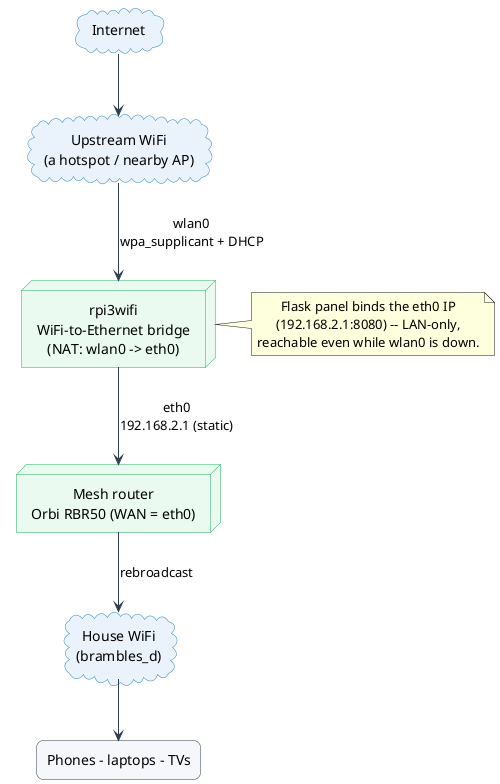
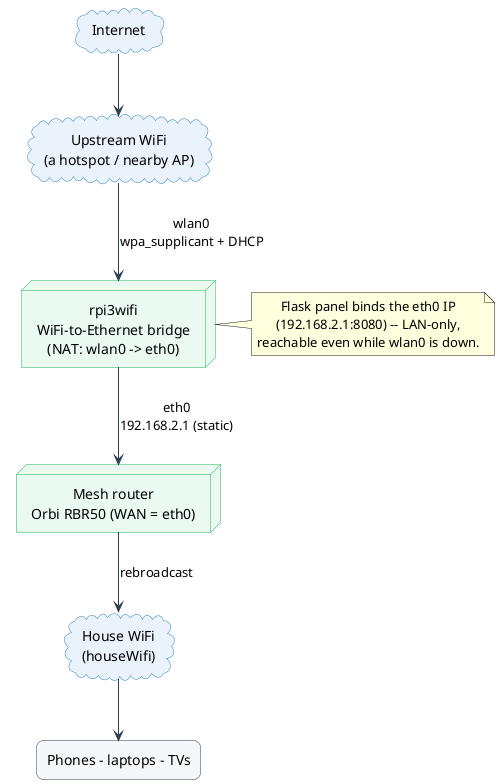
@startuml
' Source of truth for the README topology diagram.
' Render: curl -sS -X POST -H "Content-Type: text/plain" \
'   --data-binary @bridge-topology.puml https://kroki.io/plantuml/png -o bridge-topology.png
skinparam backgroundColor transparent
skinparam shadowing false
skinparam defaultTextAlignment center
skinparam ArrowColor #2c3e50
skinparam rectangle {
  RoundCorner 14
  BorderColor #2c3e50
  BackgroundColor #f5f7fa
}
skinparam cloud {
  BorderColor #2980b9
  BackgroundColor #eaf2fb
}
skinparam node {
  BorderColor #27ae60
  BackgroundColor #eafaf1
}

cloud "Internet" as inet
cloud "Upstream WiFi\n(a hotspot / nearby AP)" as up
node "rpi3wifi\nWiFi-to-Ethernet bridge\n(NAT: wlan0 -> eth0)" as pi
node "Mesh router\nOrbi RBR50 (WAN = eth0)" as orbi
- cloud "House WiFi\n(brambles_d)" as house
+ cloud "House WiFi\n(houseWifi)" as house
rectangle "Phones - laptops - TVs" as devices

inet --> up
up --> pi : wlan0\nwpa_supplicant + DHCP
pi --> orbi : eth0\n192.168.2.1 (static)
orbi --> house : rebroadcast
house --> devices

note right of pi
  Flask panel binds the eth0 IP
  (192.168.2.1:8080) -- LAN-only,
  reachable even while wlan0 is down.
end note
@enduml
